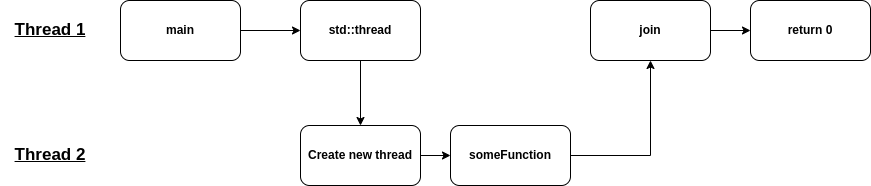
This is Images/joinExample.png from ConnorPerrin/Threads, a draw.io export, as it was before one commit. Source tidied: cells renumbered, new cells last; positions are measured from the earlier drawing's top-left corner, leaving out a move shared by most shapes.
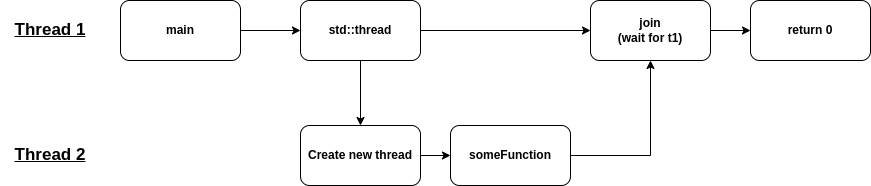
Later version of the same file.

The edit, as a diff of the source:
```diff
@@ -20,7 +20,7 @@
     <mxCell id="7" style="endArrow=classic;html=1;rounded=0;entryX=0.5;entryY=0;entryDx=0;entryDy=0;exitX=0.5;exitY=1;exitDx=0;exitDy=0;" parent="1" edge="1" source="5" target="6">
       <mxGeometry relative="1" as="geometry" />
     </mxCell>
-    <mxCell id="8" value="join" style="rounded=1;whiteSpace=wrap;html=1;fontStyle=1;" parent="1" vertex="1">
+    <mxCell id="8" value="join&lt;br&gt;(wait for t1)" style="rounded=1;whiteSpace=wrap;html=1;fontStyle=1;" parent="1" vertex="1">
       <mxGeometry x="590" width="120" height="60" as="geometry" />
     </mxCell>
     <mxCell id="9" value="Thread 2" style="text;html=1;strokeColor=none;fillColor=none;align=center;verticalAlign=middle;whiteSpace=wrap;rounded=0;fontStyle=5;fontSize=17;" parent="1" vertex="1">
@@ -48,5 +48,8 @@
     <mxCell id="15" style="endArrow=classic;html=1;rounded=0;fontSize=17;exitX=1;exitY=0.5;exitDx=0;exitDy=0;" parent="1" edge="1" source="8" target="14">
       <mxGeometry relative="1" as="geometry" />
     </mxCell>
+    <mxCell id="16" style="endArrow=classic;html=1;rounded=0;entryX=0;entryY=0.5;entryDx=0;entryDy=0;exitX=1;exitY=0.5;exitDx=0;exitDy=0;" parent="1" edge="1" source="5" target="8">
+      <mxGeometry relative="1" as="geometry" />
+    </mxCell>
   </root>
 </mxGraphModel>
```
